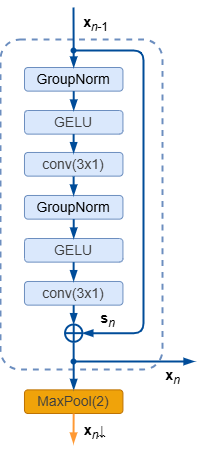
Earlier version of the draw.io export images/parametersEstimation/bottleneck_block_diagram.drawio.png (romangorbunov91/master-thesis-2026). Source tidied: cells renumbered, new cells last; positions are measured from the earlier drawing's top-left corner, leaving out a move shared by most shapes.
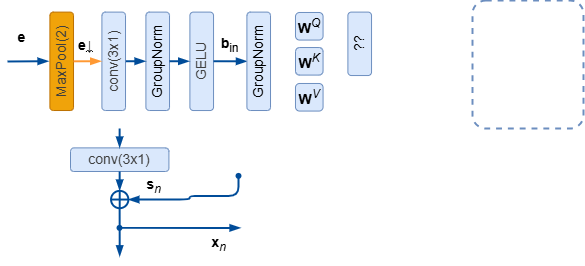
The same file after the commit.

Diff of the diagram source:
```diff
@@ -3,107 +3,120 @@
     <mxCell id="0" />
     <mxCell id="1" parent="0" />
     <mxCell id="2" style="rounded=1;whiteSpace=wrap;html=1;fillColor=none;strokeColor=#6c8ebf;dashed=1;strokeWidth=1.9685;arcSize=12;" parent="1" vertex="1">
-      <mxGeometry y="33" width="162" height="330" as="geometry" />
+      <mxGeometry x="256" y="-80" width="111" height="128" as="geometry" />
     </mxCell>
-    <mxCell id="3" value="&lt;span style=&quot;font-size: 14px;&quot;&gt;GroupNorm&lt;/span&gt;" style="rounded=1;whiteSpace=wrap;html=1;rotation=0;fillColor=#dae8fc;strokeColor=#6c8ebf;" parent="1" vertex="1">
-      <mxGeometry x="24" y="61" width="98.4" height="23.6" as="geometry" />
-    </mxCell>
-    <mxCell id="4" value="&lt;span style=&quot;color: rgb(63, 63, 63); font-size: 14px;&quot;&gt;GELU&lt;/span&gt;" style="rounded=1;whiteSpace=wrap;html=1;rotation=0;fillColor=#dae8fc;strokeColor=#6c8ebf;" parent="1" vertex="1">
-      <mxGeometry x="24" y="104" width="98.4" height="23.6" as="geometry" />
-    </mxCell>
-    <mxCell id="5" value="&lt;span style=&quot;color: rgb(63, 63, 63); font-size: 14px;&quot;&gt;conv(3x1)&lt;/span&gt;" style="rounded=1;whiteSpace=wrap;html=1;rotation=0;fillColor=#dae8fc;strokeColor=#6c8ebf;" parent="1" vertex="1">
-      <mxGeometry x="24" y="146" width="98.4" height="23.6" as="geometry" />
-    </mxCell>
-    <mxCell id="6" style="edgeStyle=none;html=1;entryX=0.5;entryY=0;entryDx=0;entryDy=0;rounded=0;curved=0;endArrow=blockThin;endFill=1;strokeColor=#004C99;strokeWidth=1.9685;" parent="1" edge="1" target="3">
+    <mxCell id="6" style="edgeStyle=none;html=1;rounded=0;curved=0;endArrow=blockThin;endFill=1;strokeColor=#004C99;strokeWidth=1.9685;" parent="1" edge="1">
       <mxGeometry relative="1" as="geometry">
-        <mxPoint x="73" y="1" as="sourcePoint" />
+        <mxPoint x="-209" y="-19" as="sourcePoint" />
+        <mxPoint x="-168" y="-19.3" as="targetPoint" />
       </mxGeometry>
     </mxCell>
-    <mxCell id="7" value="&lt;font style=&quot;font-size: 14px;&quot;&gt;&lt;b style=&quot;&quot;&gt;x&lt;/b&gt;&lt;sub style=&quot;&quot;&gt;&lt;i style=&quot;&quot;&gt;n&lt;/i&gt;-1&lt;/sub&gt;&lt;/font&gt;" style="text;html=1;align=center;verticalAlign=middle;strokeColor=none;fillColor=none;" parent="1" vertex="1">
-      <mxGeometry x="73" width="44" height="33" as="geometry" />
+    <mxCell id="7" value="&lt;font style=&quot;font-size: 14px;&quot;&gt;&lt;b style=&quot;&quot;&gt;e&lt;/b&gt;&lt;/font&gt;" style="text;html=1;align=center;verticalAlign=middle;strokeColor=none;fillColor=none;" parent="1" vertex="1">
+      <mxGeometry x="-209" y="-58" width="27" height="30" as="geometry" />
     </mxCell>
-    <mxCell id="8" style="edgeStyle=none;html=1;entryX=0.5;entryY=0;entryDx=0;entryDy=0;rounded=0;curved=0;endArrow=blockThin;endFill=1;strokeColor=#004C99;exitX=0.5;exitY=1;exitDx=0;exitDy=0;strokeWidth=1.9685;" parent="1" edge="1" source="3" target="4">
-      <mxGeometry relative="1" as="geometry" />
-    </mxCell>
-    <mxCell id="9" style="edgeStyle=none;html=1;entryX=0.5;entryY=0;entryDx=0;entryDy=0;rounded=0;curved=0;endArrow=blockThin;endFill=1;strokeColor=#004C99;exitX=0.5;exitY=1;exitDx=0;exitDy=0;strokeWidth=1.9685;" parent="1" edge="1">
-      <mxGeometry relative="1" as="geometry">
-        <mxPoint x="73.1" y="127.6" as="sourcePoint" />
-        <mxPoint x="73.1" y="146.6" as="targetPoint" />
-      </mxGeometry>
-    </mxCell>
-    <mxCell id="10" value="&lt;span style=&quot;font-size: 14px;&quot;&gt;GroupNorm&lt;/span&gt;" style="rounded=1;whiteSpace=wrap;html=1;rotation=0;fillColor=#dae8fc;strokeColor=#6c8ebf;" parent="1" vertex="1">
-      <mxGeometry x="24" y="189" width="98.4" height="23.6" as="geometry" />
-    </mxCell>
-    <mxCell id="11" value="&lt;span style=&quot;color: rgb(63, 63, 63); font-size: 14px;&quot;&gt;GELU&lt;/span&gt;" style="rounded=1;whiteSpace=wrap;html=1;rotation=0;fillColor=#dae8fc;strokeColor=#6c8ebf;" parent="1" vertex="1">
-      <mxGeometry x="24" y="232" width="98.4" height="23.6" as="geometry" />
-    </mxCell>
     <mxCell id="12" value="&lt;span style=&quot;color: rgb(63, 63, 63); font-size: 14px;&quot;&gt;conv(3x1)&lt;/span&gt;" style="rounded=1;whiteSpace=wrap;html=1;rotation=0;fillColor=#dae8fc;strokeColor=#6c8ebf;" parent="1" vertex="1">
-      <mxGeometry x="24" y="275" width="98.4" height="23.6" as="geometry" />
+      <mxGeometry x="-146" y="67.4" width="98.4" height="23.6" as="geometry" />
     </mxCell>
-    <mxCell id="13" style="edgeStyle=none;html=1;entryX=0.5;entryY=0;entryDx=0;entryDy=0;rounded=0;curved=0;endArrow=blockThin;endFill=1;strokeColor=#004C99;exitX=0.5;exitY=1;exitDx=0;exitDy=0;strokeWidth=1.9685;" parent="1" edge="1" source="10" target="11">
-      <mxGeometry relative="1" as="geometry" />
-    </mxCell>
     <mxCell id="14" style="edgeStyle=none;html=1;entryX=0.5;entryY=0;entryDx=0;entryDy=0;rounded=0;curved=0;endArrow=blockThin;endFill=1;strokeColor=#004C99;exitX=0.5;exitY=1;exitDx=0;exitDy=0;strokeWidth=1.9685;" parent="1" edge="1">
       <mxGeometry relative="1" as="geometry">
-        <mxPoint x="73.1" y="255.6" as="sourcePoint" />
-        <mxPoint x="73.1" y="274.6" as="targetPoint" />
+        <mxPoint x="-96.9" y="48" as="sourcePoint" />
+        <mxPoint x="-96.9" y="67" as="targetPoint" />
       </mxGeometry>
     </mxCell>
-    <mxCell id="15" style="edgeStyle=none;html=1;entryX=0.5;entryY=0;entryDx=0;entryDy=0;rounded=0;curved=0;endArrow=blockThin;endFill=1;strokeColor=#004C99;exitX=0.5;exitY=1;exitDx=0;exitDy=0;strokeWidth=1.9685;" parent="1" edge="1">
-      <mxGeometry relative="1" as="geometry">
-        <mxPoint x="73.1" y="170" as="sourcePoint" />
-        <mxPoint x="73.1" y="189" as="targetPoint" />
-      </mxGeometry>
-    </mxCell>
     <mxCell id="16" style="verticalLabelPosition=bottom;verticalAlign=top;html=1;shape=mxgraph.flowchart.summing_function;strokeColor=#004C99;strokeWidth=1.9685;" parent="1" vertex="1">
-      <mxGeometry x="64.6" y="318" width="17.3" height="17.3" as="geometry" />
+      <mxGeometry x="-105.4" y="110.4" width="17.3" height="17.3" as="geometry" />
     </mxCell>
     <mxCell id="17" style="edgeStyle=none;html=1;entryX=0.5;entryY=0;entryDx=0;entryDy=0;rounded=0;curved=0;endArrow=blockThin;endFill=1;strokeColor=#004C99;exitX=0.5;exitY=1;exitDx=0;exitDy=0;strokeWidth=1.9685;" parent="1" edge="1">
       <mxGeometry relative="1" as="geometry">
-        <mxPoint x="73.2" y="298.6" as="sourcePoint" />
-        <mxPoint x="73.2" y="317.6" as="targetPoint" />
+        <mxPoint x="-96.8" y="91" as="sourcePoint" />
+        <mxPoint x="-96.8" y="110" as="targetPoint" />
       </mxGeometry>
     </mxCell>
     <mxCell id="18" style="edgeStyle=orthogonalEdgeStyle;html=1;rounded=1;endArrow=blockThin;endFill=1;strokeColor=#004C99;entryX=1;entryY=0.5;entryDx=0;entryDy=0;entryPerimeter=0;startArrow=oval;startFill=1;startSize=3.937;curved=0;strokeWidth=1.9685;" parent="1" edge="1" target="16">
       <mxGeometry relative="1" as="geometry">
-        <mxPoint x="73" y="44" as="sourcePoint" />
+        <mxPoint x="22" y="95.4" as="sourcePoint" />
         <Array as="points">
-          <mxPoint x="143" y="44" />
-          <mxPoint x="143" y="327" />
+          <mxPoint x="22" y="115.4" />
+          <mxPoint x="-27" y="115.4" />
+          <mxPoint x="-27" y="119.4" />
         </Array>
       </mxGeometry>
     </mxCell>
-    <mxCell id="19" value="&lt;span style=&quot;color: rgb(63, 63, 63); font-size: 14px;&quot;&gt;MaxPool(2)&lt;/span&gt;" style="rounded=1;whiteSpace=wrap;html=1;rotation=0;fillColor=#f0a30a;strokeColor=#BD7000;glass=0;fontColor=#000000;" parent="1" vertex="1">
-      <mxGeometry x="24" y="383.4" width="98.4" height="23.6" as="geometry" />
-    </mxCell>
-    <mxCell id="20" style="edgeStyle=none;html=1;rounded=0;curved=0;endArrow=blockThin;endFill=1;strokeColor=#004C99;exitX=0.5;exitY=1;exitDx=0;exitDy=0;entryX=0.5;entryY=0;entryDx=0;entryDy=0;strokeWidth=1.9685;" parent="1" edge="1" target="19">
+    <mxCell id="20" style="edgeStyle=none;html=1;rounded=0;curved=0;endArrow=blockThin;endFill=1;strokeColor=#004C99;exitX=0.5;exitY=1;exitDx=0;exitDy=0;entryX=0.5;entryY=0;entryDx=0;entryDy=0;strokeWidth=1.9685;" parent="1" edge="1">
       <mxGeometry relative="1" as="geometry">
-        <mxPoint x="73.1" y="336" as="sourcePoint" />
+        <mxPoint x="-96.9" y="128.4" as="sourcePoint" />
+        <mxPoint x="-96.8" y="175.8" as="targetPoint" />
       </mxGeometry>
     </mxCell>
-    <mxCell id="21" style="edgeStyle=none;html=1;rounded=0;curved=0;endArrow=blockThin;endFill=1;strokeColor=#FF9933;exitX=0.5;exitY=1;exitDx=0;exitDy=0;strokeWidth=1.9685;" parent="1" edge="1">
-      <mxGeometry relative="1" as="geometry">
-        <mxPoint x="73.2" y="407" as="sourcePoint" />
-        <mxPoint x="73" y="437" as="targetPoint" />
-      </mxGeometry>
-    </mxCell>
     <mxCell id="22" style="edgeStyle=orthogonalEdgeStyle;html=1;rounded=0;endArrow=blockThin;endFill=1;strokeColor=#004C99;startArrow=oval;startFill=1;startSize=3.937;strokeWidth=1.9685;" parent="1" edge="1">
       <mxGeometry relative="1" as="geometry">
-        <mxPoint x="73" y="355" as="sourcePoint" />
-        <mxPoint x="194" y="355" as="targetPoint" />
+        <mxPoint x="-97" y="147.4" as="sourcePoint" />
+        <mxPoint x="24" y="147.4" as="targetPoint" />
         <Array as="points">
-          <mxPoint x="166" y="355" />
+          <mxPoint x="-4" y="147.4" />
         </Array>
       </mxGeometry>
     </mxCell>
     <mxCell id="23" value="&lt;font style=&quot;font-size: 14px;&quot;&gt;&lt;b style=&quot;&quot;&gt;x&lt;/b&gt;&lt;sub style=&quot;&quot;&gt;&lt;i style=&quot;&quot;&gt;n&lt;/i&gt;&lt;/sub&gt;&lt;/font&gt;" style="text;html=1;align=center;verticalAlign=middle;strokeColor=none;fillColor=none;" parent="1" vertex="1">
-      <mxGeometry x="155" y="354" width="33" height="33" as="geometry" />
+      <mxGeometry x="-15" y="146.4" width="33" height="33" as="geometry" />
     </mxCell>
     <mxCell id="24" value="&lt;font style=&quot;font-size: 14px;&quot;&gt;&lt;b style=&quot;&quot;&gt;s&lt;/b&gt;&lt;sub style=&quot;&quot;&gt;&lt;i style=&quot;&quot;&gt;n&lt;/i&gt;&lt;/sub&gt;&lt;/font&gt;" style="text;html=1;align=center;verticalAlign=middle;strokeColor=none;fillColor=none;strokeWidth=1.9685;" parent="1" vertex="1">
-      <mxGeometry x="90" y="296" width="33" height="33" as="geometry" />
+      <mxGeometry x="-80" y="88.4" width="33" height="33" as="geometry" />
     </mxCell>
-    <mxCell id="25" value="&lt;font style=&quot;font-size: 14px;&quot;&gt;&lt;font style=&quot;&quot;&gt;&lt;b style=&quot;&quot;&gt;x&lt;/b&gt;&lt;sub style=&quot;&quot;&gt;&lt;i style=&quot;&quot;&gt;n&lt;/i&gt;&lt;/sub&gt;&lt;/font&gt;&lt;font face=&quot;Google Sans, Arial, sans-serif&quot;&gt;&lt;i style=&quot;&quot;&gt;&lt;u style=&quot;&quot;&gt;↓&lt;/u&gt;&lt;/i&gt;&lt;/font&gt;&lt;/font&gt;" style="text;html=1;align=center;verticalAlign=middle;strokeColor=none;fillColor=none;" parent="1" vertex="1">
-      <mxGeometry x="74" y="409" width="40" height="33" as="geometry" />
-    </mxCell>
+    <mxCell id="5" value="&lt;span style=&quot;color: rgb(63, 63, 63); font-size: 14px;&quot;&gt;conv(3x1)&lt;/span&gt;" style="rounded=1;whiteSpace=wrap;html=1;rotation=-90;fillColor=#dae8fc;strokeColor=#6c8ebf;" parent="1" vertex="1">
+      <mxGeometry x="-152" y="-31" width="98.4" height="23.6" as="geometry" />
+    </mxCell>
+    <mxCell id="26" value="&lt;span style=&quot;font-size: 14px;&quot;&gt;GroupNorm&lt;/span&gt;" style="rounded=1;whiteSpace=wrap;html=1;rotation=-90;fillColor=#dae8fc;strokeColor=#6c8ebf;" parent="1" vertex="1">
+      <mxGeometry x="-108" y="-31" width="98.4" height="23.6" as="geometry" />
+    </mxCell>
+    <mxCell id="27" value="&lt;span style=&quot;color: rgb(63, 63, 63); font-size: 14px;&quot;&gt;GELU&lt;/span&gt;" style="rounded=1;whiteSpace=wrap;html=1;rotation=-90;fillColor=#dae8fc;strokeColor=#6c8ebf;" parent="1" vertex="1">
+      <mxGeometry x="-64" y="-31" width="98.4" height="23.6" as="geometry" />
+    </mxCell>
+    <mxCell id="28" style="edgeStyle=none;html=1;entryX=0.476;entryY=-0.051;entryDx=0;entryDy=0;rounded=0;curved=0;endArrow=blockThin;endFill=1;strokeColor=#004C99;exitX=0.476;exitY=0.987;exitDx=0;exitDy=0;strokeWidth=1.9685;exitPerimeter=0;entryPerimeter=0;" parent="1" edge="1">
+      <mxGeometry relative="1" as="geometry">
+        <mxPoint x="-90.7" y="-19.3" as="sourcePoint" />
+        <mxPoint x="-71" y="-19.3" as="targetPoint" />
+      </mxGeometry>
+    </mxCell>
+    <mxCell id="29" style="edgeStyle=none;html=1;entryX=0.476;entryY=-0.051;entryDx=0;entryDy=0;rounded=0;curved=0;endArrow=blockThin;endFill=1;strokeColor=#004C99;exitX=0.476;exitY=0.987;exitDx=0;exitDy=0;strokeWidth=1.9685;exitPerimeter=0;entryPerimeter=0;" parent="1" edge="1">
+      <mxGeometry relative="1" as="geometry">
+        <mxPoint x="-47" y="-19.3" as="sourcePoint" />
+        <mxPoint x="-27.3" y="-19.3" as="targetPoint" />
+      </mxGeometry>
+    </mxCell>
+    <mxCell id="19" value="&lt;span style=&quot;color: rgb(63, 63, 63); font-size: 14px;&quot;&gt;MaxPool(2)&lt;/span&gt;" style="rounded=1;whiteSpace=wrap;html=1;rotation=-90;fillColor=#f0a30a;strokeColor=#BD7000;glass=0;fontColor=#000000;" parent="1" vertex="1">
+      <mxGeometry x="-204" y="-31" width="98.4" height="23.6" as="geometry" />
+    </mxCell>
+    <mxCell id="30" value="&lt;font style=&quot;font-size: 14px;&quot;&gt;&lt;font style=&quot;&quot;&gt;&lt;b style=&quot;&quot;&gt;e&lt;/b&gt;&lt;/font&gt;&lt;font face=&quot;Google Sans, Arial, sans-serif&quot;&gt;&lt;i style=&quot;&quot;&gt;&lt;u style=&quot;&quot;&gt;↓&lt;/u&gt;&lt;/i&gt;&lt;/font&gt;&lt;/font&gt;" style="text;html=1;align=center;verticalAlign=middle;strokeColor=none;fillColor=none;" parent="1" vertex="1">
+      <mxGeometry x="-148" y="-50" width="34" height="30" as="geometry" />
+    </mxCell>
+    <mxCell id="31" style="edgeStyle=none;html=1;entryX=0.476;entryY=-0.051;entryDx=0;entryDy=0;rounded=0;curved=0;endArrow=blockThin;endFill=1;strokeColor=#FF9933;exitX=0.5;exitY=1;exitDx=0;exitDy=0;strokeWidth=1.9685;entryPerimeter=0;fillColor=#fa6800;" parent="1" edge="1" source="19">
+      <mxGeometry relative="1" as="geometry">
+        <mxPoint x="-115.3" y="-19.3" as="targetPoint" />
+      </mxGeometry>
+    </mxCell>
+    <mxCell id="32" style="edgeStyle=none;html=1;rounded=0;curved=0;endArrow=blockThin;endFill=1;strokeColor=#004C99;exitX=0.476;exitY=0.987;exitDx=0;exitDy=0;strokeWidth=1.9685;exitPerimeter=0;entryX=0.5;entryY=0;entryDx=0;entryDy=0;" parent="1" edge="1" target="33">
+      <mxGeometry relative="1" as="geometry">
+        <mxPoint x="-3" y="-19.3" as="sourcePoint" />
+      </mxGeometry>
+    </mxCell>
+    <mxCell id="33" value="&lt;span style=&quot;font-size: 14px;&quot;&gt;GroupNorm&lt;/span&gt;" style="rounded=1;whiteSpace=wrap;html=1;rotation=-90;fillColor=#dae8fc;strokeColor=#6c8ebf;" parent="1" vertex="1">
+      <mxGeometry x="-7" y="-31" width="98.4" height="23.6" as="geometry" />
+    </mxCell>
+    <mxCell id="34" value="&lt;font style=&quot;font-size: 14px;&quot;&gt;&lt;b&gt;b&lt;/b&gt;&lt;sub style=&quot;&quot;&gt;in&lt;/sub&gt;&lt;/font&gt;" style="text;html=1;align=center;verticalAlign=middle;strokeColor=none;fillColor=none;" parent="1" vertex="1">
+      <mxGeometry x="-6" y="-53" width="37" height="33" as="geometry" />
+    </mxCell>
+    <mxCell id="35" value="&lt;span style=&quot;font-size: 14px;&quot;&gt;&lt;b&gt;W&lt;/b&gt;&lt;sup&gt;&lt;i&gt;Q&lt;/i&gt;&lt;/sup&gt;&lt;/span&gt;" style="rounded=1;whiteSpace=wrap;html=1;rotation=0;fillColor=#dae8fc;strokeColor=#6c8ebf;" parent="1" vertex="1">
+      <mxGeometry x="79" y="-68" width="27.6" height="27.6" as="geometry" />
+    </mxCell>
+    <mxCell id="36" value="&lt;span style=&quot;font-size: 14px;&quot;&gt;&lt;b&gt;W&lt;/b&gt;&lt;sup&gt;&lt;i&gt;K&lt;/i&gt;&lt;/sup&gt;&lt;/span&gt;" style="rounded=1;whiteSpace=wrap;html=1;rotation=0;fillColor=#dae8fc;strokeColor=#6c8ebf;" parent="1" vertex="1">
+      <mxGeometry x="79" y="-33" width="27.6" height="27.6" as="geometry" />
+    </mxCell>
+    <mxCell id="37" value="&lt;span style=&quot;font-size: 14px;&quot;&gt;&lt;b&gt;W&lt;/b&gt;&lt;sup&gt;&lt;i&gt;V&lt;/i&gt;&lt;/sup&gt;&lt;/span&gt;" style="rounded=1;whiteSpace=wrap;html=1;rotation=0;fillColor=#dae8fc;strokeColor=#6c8ebf;" parent="1" vertex="1">
+      <mxGeometry x="79" y="3" width="27.6" height="27.6" as="geometry" />
+    </mxCell>
+    <mxCell id="38" value="&lt;span style=&quot;font-size: 14px;&quot;&gt;??&lt;/span&gt;" style="rounded=1;whiteSpace=wrap;html=1;rotation=-90;fillColor=#dae8fc;strokeColor=#6c8ebf;" parent="1" vertex="1">
+      <mxGeometry x="111.5" y="-48.5" width="63.4" height="23.6" as="geometry" />
+    </mxCell>
   </root>
 </mxGraphModel>
```
